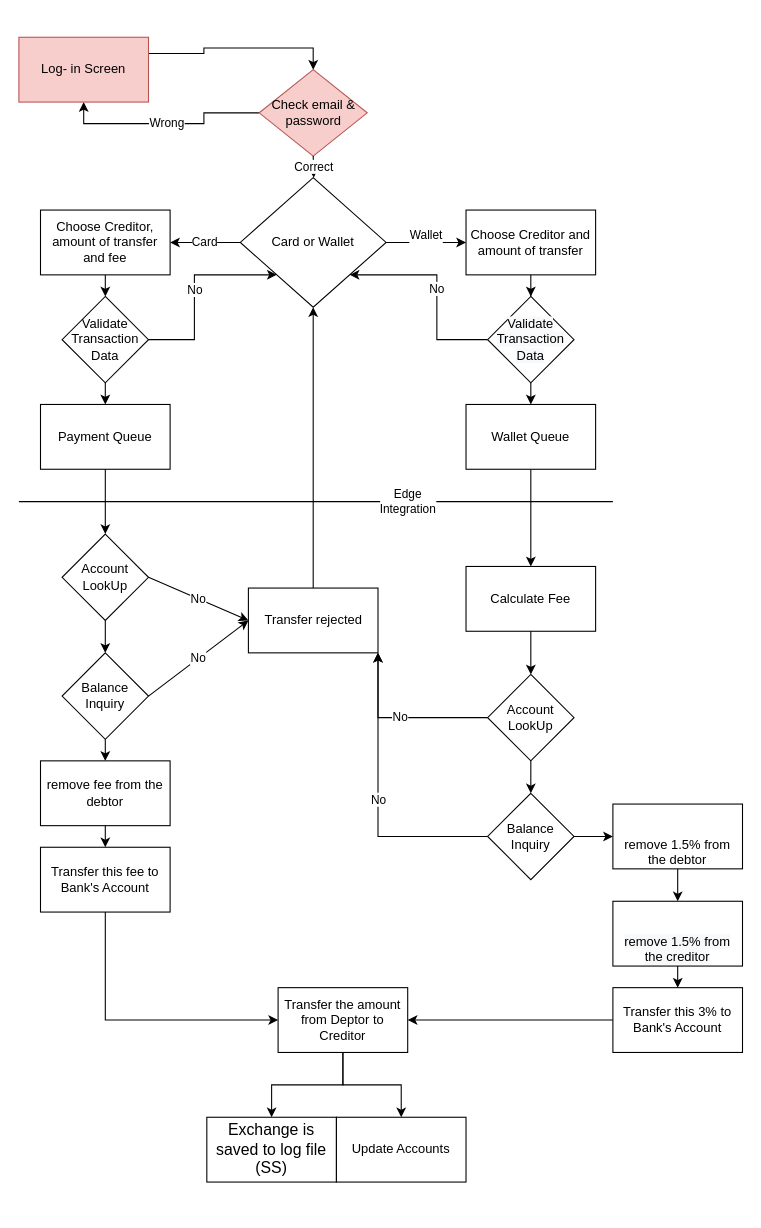
Above: page "Payment & Wallet" (2 of 2) of Fintech-Java-Diagram.drawio in Alexander92j/Fintech-PF7-Team5 (draw.io), before the change. Source tidied: cells renumbered, new cells numbered last; positions are measured from the earlier drawing's top-left corner, leaving out a move shared by most shapes. Both pictures are drawn from the tidied source at 108%, with x=0, y=0 at pixel (18, 37).
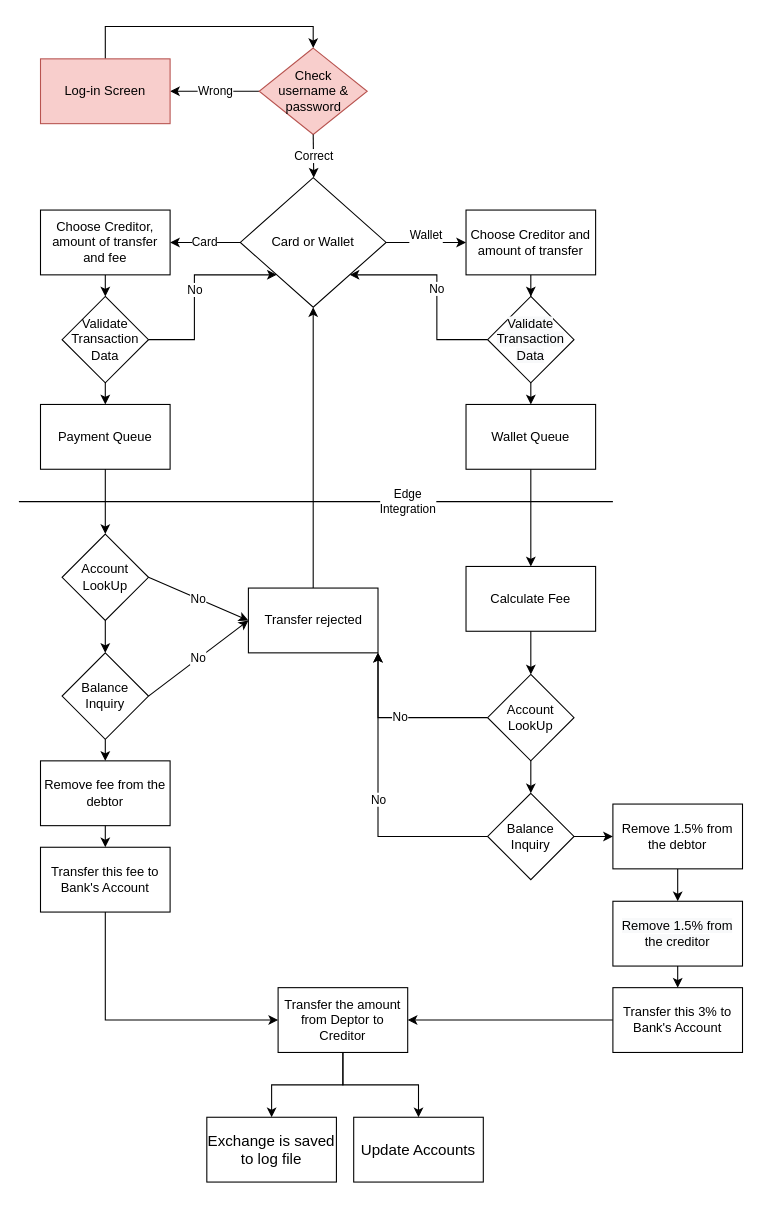
After the change.

The edit, as a diff of the source:
```diff
@@
-    <mxCell id="12" value="Wrong" style="edgeStyle=orthogonalEdgeStyle;rounded=0;jettySize=auto;html=1;exitX=0;exitY=0.5;exitDx=0;exitDy=0;entryX=0.5;entryY=1;entryDx=0;entryDy=0;" parent="1" edge="1" source="13" target="15">
-      <mxGeometry relative="1" as="geometry" />
+    <mxCell id="12" value="Wrong" style="edgeStyle=orthogonalEdgeStyle;rounded=0;jettySize=auto;html=1;entryX=1;entryY=0.5;entryDx=0;entryDy=0;exitX=0;exitY=0.5;exitDx=0;exitDy=0;" parent="1" edge="1" source="13" target="15">
+      <mxGeometry relative="1" as="geometry">
+        <Array as="points">
+          <mxPoint x="190" y="50" />
+          <mxPoint x="190" y="50" />
+        </Array>
+      </mxGeometry>
     </mxCell>
-    <mxCell id="13" value="Check email &amp;amp; password" style="rhombus;whiteSpace=wrap;html=1;fillColor=#f8cecc;strokeColor=#b85450;" parent="1" vertex="1">
-      <mxGeometry x="222.5" y="30" width="100" height="80" as="geometry" />
+    <mxCell id="13" value="Check&lt;br&gt;username &amp;amp; password" style="rhombus;whiteSpace=wrap;html=1;fillColor=#f8cecc;strokeColor=#b85450;" parent="1" vertex="1">
+      <mxGeometry x="222.5" y="10" width="100" height="80" as="geometry" />
     </mxCell>
-    <mxCell id="14" style="edgeStyle=orthogonalEdgeStyle;rounded=0;jettySize=auto;html=1;exitX=1;exitY=0.25;exitDx=0;exitDy=0;entryX=0.5;entryY=0;entryDx=0;entryDy=0;" parent="1" edge="1" source="15" target="13">
+    <mxCell id="14" style="edgeStyle=orthogonalEdgeStyle;rounded=0;jettySize=auto;html=1;exitX=0.5;exitY=0;exitDx=0;exitDy=0;entryX=0.5;entryY=0;entryDx=0;entryDy=0;" parent="1" edge="1" source="15" target="13">
       <mxGeometry relative="1" as="geometry" />
     </mxCell>
-    <mxCell id="15" value="Log- in Screen" style="rounded=0;whiteSpace=wrap;html=1;fillColor=#f8cecc;strokeColor=#b85450;" parent="1" vertex="1">
-      <mxGeometry width="120" height="60" as="geometry" />
+    <mxCell id="15" value="Log-in Screen" style="rounded=0;whiteSpace=wrap;html=1;fillColor=#f8cecc;strokeColor=#b85450;" parent="1" vertex="1">
+      <mxGeometry x="20" y="20" width="120" height="60" as="geometry" />
     </mxCell>
@@
-    <mxCell id="32" value="&lt;br&gt;&lt;br&gt;remove 1.5% from the debtor&lt;br&gt;" style="whiteSpace=wrap;html=1;" parent="1" vertex="1">
+    <mxCell id="32" value="Remove 1.5% from the debtor" style="whiteSpace=wrap;html=1;" parent="1" vertex="1">
       <mxGeometry x="550" y="710" width="120" height="60" as="geometry" />
     </mxCell>
-    <mxCell id="33" value="&lt;br&gt;&lt;br&gt;&lt;span style=&quot;color: rgb(0 , 0 , 0) ; font-family: &amp;#34;helvetica&amp;#34; ; font-size: 12px ; font-style: normal ; font-weight: 400 ; letter-spacing: normal ; text-align: center ; text-indent: 0px ; text-transform: none ; word-spacing: 0px ; background-color: rgb(248 , 249 , 250) ; display: inline ; float: none&quot;&gt;remove 1.5% from the creditor&lt;/span&gt;&lt;br&gt;" style="whiteSpace=wrap;html=1;" parent="1" vertex="1">
+    <mxCell id="33" value="&lt;span style=&quot;color: rgb(0 , 0 , 0) ; font-family: &amp;#34;helvetica&amp;#34; ; font-size: 12px ; font-style: normal ; font-weight: 400 ; letter-spacing: normal ; text-align: center ; text-indent: 0px ; text-transform: none ; word-spacing: 0px ; background-color: rgb(248 , 249 , 250) ; display: inline ; float: none&quot;&gt;Remove 1.5% from the creditor&lt;/span&gt;" style="whiteSpace=wrap;html=1;" parent="1" vertex="1">
       <mxGeometry x="550" y="800" width="120" height="60" as="geometry" />
     </mxCell>
@@
-    <mxCell id="35" value="&#10;&#10;&lt;b style=&quot;font-weight: normal&quot; id=&quot;docs-internal-guid-dbb8c8f2-7fff-a67b-86fc-b061e086bc53&quot;&gt;&lt;span style=&quot;font-size: 11pt; font-family: arial; color: rgb(0, 0, 0); background-color: transparent; font-weight: 400; font-style: normal; font-variant: normal; text-decoration: none; vertical-align: baseline;&quot;&gt;Exchange is saved to log file (SS)&lt;/span&gt;&lt;/b&gt;&#10;&#10;" style="whiteSpace=wrap;html=1;" parent="1" vertex="1">
+    <mxCell id="35" value="&lt;font style=&quot;font-size: 14px&quot;&gt;&lt;b style=&quot;font-weight: normal&quot; id=&quot;docs-internal-guid-dbb8c8f2-7fff-a67b-86fc-b061e086bc53&quot;&gt;&lt;span style=&quot;font-family: &amp;#34;arial&amp;#34; ; color: rgb(0 , 0 , 0) ; background-color: transparent ; font-weight: 400 ; font-style: normal ; font-variant: normal ; text-decoration: none ; vertical-align: baseline&quot;&gt;Exchange is saved to log file&lt;/span&gt;&lt;/b&gt;&lt;/font&gt;" style="whiteSpace=wrap;html=1;" parent="1" vertex="1">
       <mxGeometry x="174" y="1000" width="120" height="60" as="geometry" />
     </mxCell>
-    <mxCell id="36" value="Update Accounts" style="whiteSpace=wrap;html=1;" parent="1" vertex="1">
-      <mxGeometry x="294" y="1000" width="120" height="60" as="geometry" />
+    <mxCell id="36" value="&lt;font style=&quot;font-size: 14px&quot;&gt;Update Accounts&lt;/font&gt;" style="whiteSpace=wrap;html=1;" parent="1" vertex="1">
+      <mxGeometry x="310" y="1000" width="120" height="60" as="geometry" />
     </mxCell>
@@
-    <mxCell id="40" value="remove fee from the debtor" style="whiteSpace=wrap;html=1;" parent="1" vertex="1">
+    <mxCell id="40" value="Remove fee from the debtor" style="whiteSpace=wrap;html=1;" parent="1" vertex="1">
       <mxGeometry x="20" y="670" width="120" height="60" as="geometry" />
     </mxCell>
```
